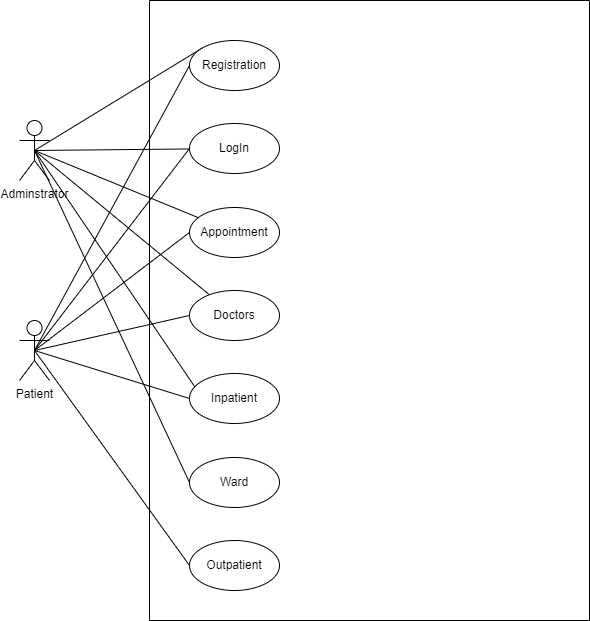
This is Untitled Diagram.drawio.png from SifatulHaq/Web_proj, a draw.io export, as it was before one commit. Source tidied: cells renumbered, new cells last; positions are measured from the earlier drawing's top-left corner, leaving out a move shared by most shapes.
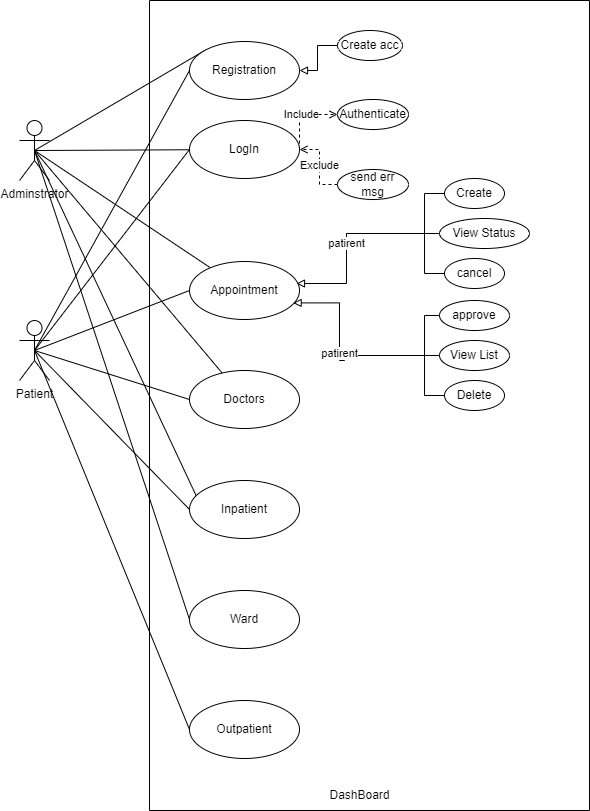
After the commit.

Change to the diagram source:
```diff
@@ -42,29 +42,135 @@
       <mxGeometry y="320" width="30" height="60" as="geometry" />
     </mxCell>
     <mxCell id="15" style="swimlane;startSize=0;" parent="1" vertex="1">
-      <mxGeometry x="130" width="440" height="620" as="geometry" />
+      <mxGeometry x="130" width="440" height="810" as="geometry" />
     </mxCell>
+    <mxCell id="24" value="Create acc" style="ellipse;whiteSpace=wrap;html=1;" parent="15" vertex="1">
+      <mxGeometry x="188" y="30" width="65" height="30" as="geometry" />
+    </mxCell>
+    <mxCell id="25" style="edgeStyle=orthogonalEdgeStyle;rounded=0;jettySize=auto;html=1;exitX=0;exitY=0.5;exitDx=0;exitDy=0;entryX=0;entryY=0.5;entryDx=0;entryDy=0;endArrow=none;endFill=0;" parent="15" edge="1" source="26" target="37">
+      <mxGeometry relative="1" as="geometry">
+        <Array as="points">
+          <mxPoint x="275" y="193" />
+          <mxPoint x="275" y="273" />
+        </Array>
+      </mxGeometry>
+    </mxCell>
+    <mxCell id="26" value="Create" style="ellipse;whiteSpace=wrap;html=1;" parent="15" vertex="1">
+      <mxGeometry x="295" y="178" width="60" height="30" as="geometry" />
+    </mxCell>
+    <mxCell id="27" value="Authenticate" style="ellipse;whiteSpace=wrap;html=1;" parent="15" vertex="1">
+      <mxGeometry x="188" y="99" width="71" height="30" as="geometry" />
+    </mxCell>
+    <mxCell id="28" value="send err msg" style="ellipse;whiteSpace=wrap;html=1;" parent="15" vertex="1">
+      <mxGeometry x="188" y="169" width="71" height="30" as="geometry" />
+    </mxCell>
+    <mxCell id="29" value="Include" style="edgeStyle=orthogonalEdgeStyle;rounded=0;jettySize=auto;html=1;entryX=0;entryY=0.5;entryDx=0;entryDy=0;exitX=1;exitY=0.5;exitDx=0;exitDy=0;dashed=1;endArrow=open;endFill=0;" parent="15" edge="1" source="17" target="27">
+      <mxGeometry relative="1" as="geometry">
+        <Array as="points">
+          <mxPoint x="150" y="114" />
+        </Array>
+      </mxGeometry>
+    </mxCell>
+    <mxCell id="30" value="Exclude" style="edgeStyle=orthogonalEdgeStyle;rounded=0;jettySize=auto;html=1;exitX=0;exitY=0.5;exitDx=0;exitDy=0;entryX=1;entryY=0.5;entryDx=0;entryDy=0;dashed=1;endArrow=open;endFill=0;" parent="15" edge="1" source="28" target="17">
+      <mxGeometry relative="1" as="geometry">
+        <Array as="points">
+          <mxPoint x="170" y="184" />
+          <mxPoint x="170" y="149" />
+        </Array>
+      </mxGeometry>
+    </mxCell>
+    <mxCell id="31" style="edgeStyle=orthogonalEdgeStyle;rounded=0;jettySize=auto;html=1;entryX=1;entryY=0.5;entryDx=0;entryDy=0;endArrow=block;endFill=0;" parent="15" edge="1" source="24" target="16">
+      <mxGeometry relative="1" as="geometry" />
+    </mxCell>
     <mxCell id="16" value="Registration" style="ellipse;whiteSpace=wrap;html=1;" parent="15" vertex="1">
-      <mxGeometry x="40" y="40" width="90" height="50" as="geometry" />
+      <mxGeometry x="40" y="41" width="110" height="58" as="geometry" />
     </mxCell>
     <mxCell id="17" value="LogIn" style="ellipse;whiteSpace=wrap;html=1;" parent="15" vertex="1">
-      <mxGeometry x="40" y="123" width="90" height="50" as="geometry" />
+      <mxGeometry x="40" y="120" width="110" height="58" as="geometry" />
     </mxCell>
+    <mxCell id="32" value="patirent" style="edgeStyle=orthogonalEdgeStyle;rounded=0;orthogonalLoop=1;jettySize=auto;html=1;exitX=1;exitY=0.5;exitDx=0;exitDy=0;endArrow=none;endFill=0;startArrow=block;startFill=0;" parent="15" edge="1">
+      <mxGeometry relative="1" as="geometry">
+        <mxPoint x="147" y="283" as="sourcePoint" />
+        <mxPoint x="277" y="233" as="targetPoint" />
+        <Array as="points">
+          <mxPoint x="197" y="283" />
+          <mxPoint x="197" y="233" />
+        </Array>
+      </mxGeometry>
+    </mxCell>
     <mxCell id="18" value="Appointment" style="ellipse;whiteSpace=wrap;html=1;" parent="15" vertex="1">
-      <mxGeometry x="40" y="207" width="90" height="50" as="geometry" />
+      <mxGeometry x="40" y="261" width="110" height="58" as="geometry" />
     </mxCell>
     <mxCell id="19" value="Doctors" style="ellipse;whiteSpace=wrap;html=1;" parent="15" vertex="1">
-      <mxGeometry x="40" y="290" width="90" height="50" as="geometry" />
+      <mxGeometry x="40" y="370" width="110" height="58" as="geometry" />
     </mxCell>
     <mxCell id="20" value="Inpatient" style="ellipse;whiteSpace=wrap;html=1;" parent="15" vertex="1">
-      <mxGeometry x="40" y="373" width="90" height="50" as="geometry" />
+      <mxGeometry x="40" y="480" width="110" height="58" as="geometry" />
     </mxCell>
     <mxCell id="21" value="Ward" style="ellipse;whiteSpace=wrap;html=1;" parent="15" vertex="1">
-      <mxGeometry x="40" y="457" width="90" height="50" as="geometry" />
+      <mxGeometry x="40" y="590" width="110" height="58" as="geometry" />
     </mxCell>
     <mxCell id="22" value="Outpatient" style="ellipse;whiteSpace=wrap;html=1;" parent="15" vertex="1">
-      <mxGeometry x="40" y="540" width="90" height="50" as="geometry" />
+      <mxGeometry x="40" y="700" width="110" height="58" as="geometry" />
     </mxCell>
+    <mxCell id="33" value="DashBoard" style="text;html=1;align=center;verticalAlign=middle;strokeColor=none;fillColor=none;" parent="15" vertex="1">
+      <mxGeometry x="170" y="780" width="80" height="30" as="geometry" />
+    </mxCell>
+    <mxCell id="34" style="edgeStyle=orthogonalEdgeStyle;rounded=0;orthogonalLoop=1;jettySize=auto;html=1;exitX=0;exitY=0.5;exitDx=0;exitDy=0;startArrow=none;startFill=0;endArrow=none;endFill=0;entryX=0;entryY=0.5;entryDx=0;entryDy=0;" parent="15" edge="1" source="36" target="36">
+      <mxGeometry relative="1" as="geometry" />
+    </mxCell>
+    <mxCell id="35" style="edgeStyle=orthogonalEdgeStyle;rounded=0;orthogonalLoop=1;jettySize=auto;html=1;exitX=0;exitY=0.5;exitDx=0;exitDy=0;endArrow=none;endFill=0;" parent="15" edge="1">
+      <mxGeometry relative="1" as="geometry">
+        <mxPoint x="295" y="233" as="sourcePoint" />
+        <mxPoint x="275" y="233" as="targetPoint" />
+      </mxGeometry>
+    </mxCell>
+    <mxCell id="36" value="View Status" style="ellipse;whiteSpace=wrap;html=1;" parent="15" vertex="1">
+      <mxGeometry x="290" y="218" width="90" height="30" as="geometry" />
+    </mxCell>
+    <mxCell id="37" value="cancel" style="ellipse;whiteSpace=wrap;html=1;" parent="15" vertex="1">
+      <mxGeometry x="295" y="258" width="60" height="30" as="geometry" />
+    </mxCell>
+    <mxCell id="38" value="approve" style="ellipse;whiteSpace=wrap;html=1;" parent="15" vertex="1">
+      <mxGeometry x="290" y="300" width="70" height="30" as="geometry" />
+    </mxCell>
+    <mxCell id="39" style="edgeStyle=orthogonalEdgeStyle;rounded=0;orthogonalLoop=1;jettySize=auto;html=1;exitX=0;exitY=0.5;exitDx=0;exitDy=0;startArrow=none;startFill=0;endArrow=none;endFill=0;entryX=0;entryY=0.5;entryDx=0;entryDy=0;" parent="15" edge="1" source="41" target="41">
+      <mxGeometry relative="1" as="geometry" />
+    </mxCell>
+    <mxCell id="40" style="edgeStyle=orthogonalEdgeStyle;rounded=0;orthogonalLoop=1;jettySize=auto;html=1;exitX=0;exitY=0.5;exitDx=0;exitDy=0;endArrow=none;endFill=0;" parent="15" edge="1">
+      <mxGeometry relative="1" as="geometry">
+        <mxPoint x="295" y="355" as="sourcePoint" />
+        <mxPoint x="275" y="355" as="targetPoint" />
+      </mxGeometry>
+    </mxCell>
+    <mxCell id="41" value="View List" style="ellipse;whiteSpace=wrap;html=1;" parent="15" vertex="1">
+      <mxGeometry x="290" y="340" width="70" height="30" as="geometry" />
+    </mxCell>
+    <mxCell id="42" value="Delete" style="ellipse;whiteSpace=wrap;html=1;" parent="15" vertex="1">
+      <mxGeometry x="295" y="380" width="60" height="30" as="geometry" />
+    </mxCell>
+    <mxCell id="43" style="edgeStyle=orthogonalEdgeStyle;rounded=0;jettySize=auto;html=1;exitX=0;exitY=0.5;exitDx=0;exitDy=0;entryX=0;entryY=0.5;entryDx=0;entryDy=0;endArrow=none;endFill=0;" parent="15" edge="1" source="38" target="42">
+      <mxGeometry relative="1" as="geometry">
+        <Array as="points">
+          <mxPoint x="275" y="315" />
+          <mxPoint x="275" y="395" />
+        </Array>
+      </mxGeometry>
+    </mxCell>
+    <mxCell id="44" value="patirent" style="edgeStyle=orthogonalEdgeStyle;rounded=0;jettySize=auto;html=1;endArrow=none;endFill=0;startArrow=block;startFill=0;exitX=0.942;exitY=0.714;exitDx=0;exitDy=0;exitPerimeter=0;" parent="15" edge="1" source="18">
+      <mxGeometry relative="1" as="geometry">
+        <mxPoint x="275" y="355" as="targetPoint" />
+        <Array as="points">
+          <mxPoint x="190" y="302" />
+          <mxPoint x="190" y="360" />
+          <mxPoint x="195" y="360" />
+          <mxPoint x="195" y="355" />
+        </Array>
+      </mxGeometry>
+    </mxCell>
+    <mxCell id="45" style="edgeStyle=orthogonalEdgeStyle;rounded=0;orthogonalLoop=1;jettySize=auto;html=1;exitX=0.5;exitY=1;exitDx=0;exitDy=0;" parent="15" edge="1" source="42" target="42">
+      <mxGeometry relative="1" as="geometry" />
+    </mxCell>
     <mxCell id="23" style="rounded=0;jettySize=auto;html=1;exitX=0;exitY=0.5;exitDx=0;exitDy=0;endArrow=none;endFill=0;entryX=0.5;entryY=0.5;entryDx=0;entryDy=0;entryPerimeter=0;" parent="1" edge="1" source="18" target="14">
       <mxGeometry relative="1" as="geometry" />
     </mxCell>
```
